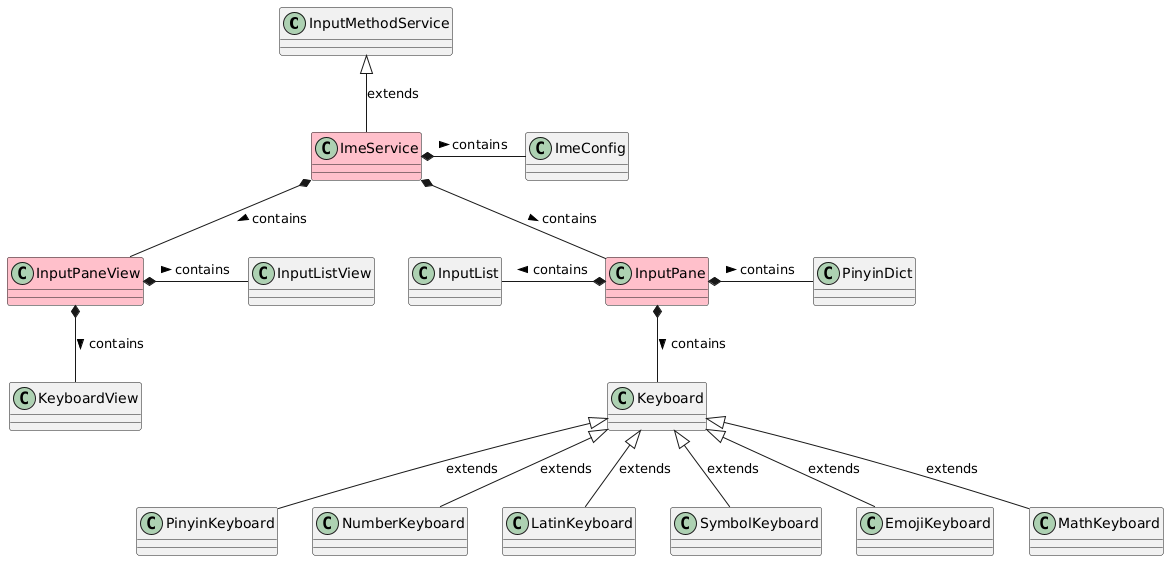
crazydan-studio/kuaizi-ime-android keeps this PlantUML diagram as docs/img/class-diagram.png. Above is the earlier version.
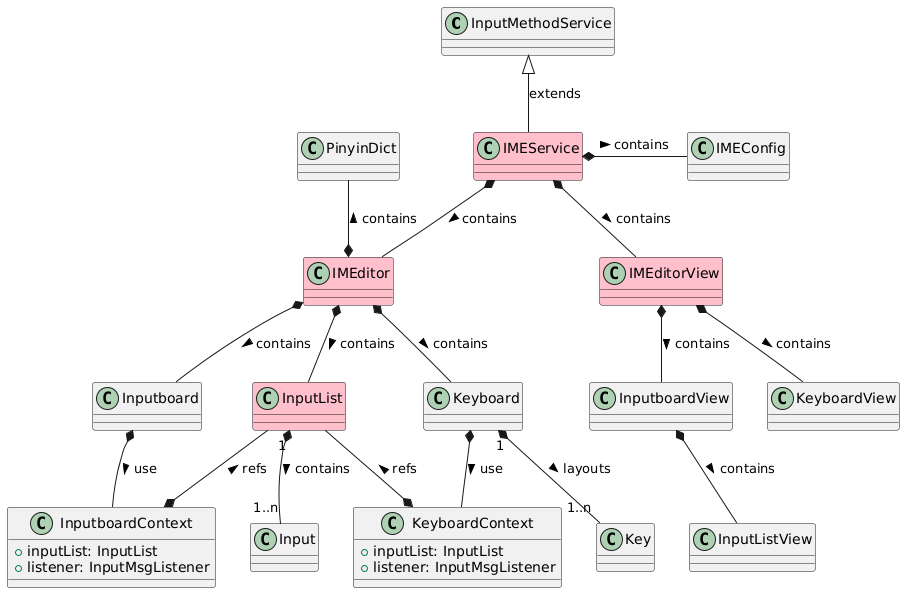
The same diagram one commit later.

Diff of the diagram source:
```diff
@@ -1,40 +1,52 @@
 @startuml
 class "InputMethodService" as sys_ime_svc
-class "ImeService" as ime_svc #pink
-class "ImeConfig" as ime_conf
+class "IMEService" as ime_svc #pink
+class "IMEConfig" as ime_conf
 
-class "InputPane" as input_pane #pink
 class "PinyinDict" as dict
-class "InputList" as input_list
+
+class "IMEditor" as ime_editor #pink
 class "Keyboard" as keyboard
-class "PinyinKeyboard" as pinyin_kb
-class "NumberKeyboard" as number_kb
-class "LatinKeyboard" as latin_kb
-class "SymbolKeyboard" as symbol_kb
-class "EmojiKeyboard" as emoji_kb
-class "MathKeyboard" as math_kb
+class "Inputboard" as inputboard
+class "KeyboardContext" as keyboard_ctx {
+  +inputList: InputList
+  +listener: InputMsgListener
+}
+class "InputboardContext" as inputboard_ctx {
+  +inputList: InputList
+  +listener: InputMsgListener
+}
 
-class "InputPaneView" as input_pane_view #pink
+class "InputList" as input_list #pink
+class "Input" as input
+class "Key" as key
+
+class "IMEditorView" as ime_editor_view #pink
 class "KeyboardView" as keyboard_view
+class "InputboardView" as inputboard_view
 class "InputListView" as input_list_view
 
 sys_ime_svc <|-down- ime_svc: extends
 
 ime_svc *-right- ime_conf: contains >
-ime_svc *-down- input_pane: contains >
-ime_svc *-down- input_pane_view: contains >
+ime_svc *-down- ime_editor: contains >
+ime_svc *-down- ime_editor_view: contains >
 
-input_pane_view *-right- input_list_view: contains >
-input_pane_view *-down- keyboard_view: contains >
+ime_editor_view *-down- inputboard_view: contains >
+inputboard_view *-down- input_list_view: contains >
+ime_editor_view *-down- keyboard_view: contains >
 
-input_pane *-left- input_list: contains >
-input_pane *-down- keyboard: contains >
-input_pane *-right- dict: contains >
+ime_editor *-up- dict: contains >
+ime_editor *-down- inputboard: contains >
+ime_editor *-down- keyboard: contains >
+ime_editor *-down- input_list: contains >
 
-keyboard <|-down- pinyin_kb: extends
-keyboard <|-down- number_kb: extends
-keyboard <|-down- latin_kb: extends
-keyboard <|-down- symbol_kb: extends
-keyboard <|-down- emoji_kb: extends
-keyboard <|-down- math_kb: extends
+inputboard *-down- inputboard_ctx: use >
+keyboard *-down- keyboard_ctx: use >
+
+inputboard_ctx *-up- input_list: refs >
+keyboard_ctx *-up- input_list: refs >
+
+input_list "1" *-down- "1..n" input: contains >
+keyboard "1" *-down- "1..n" key: layouts >
 @enduml
```
